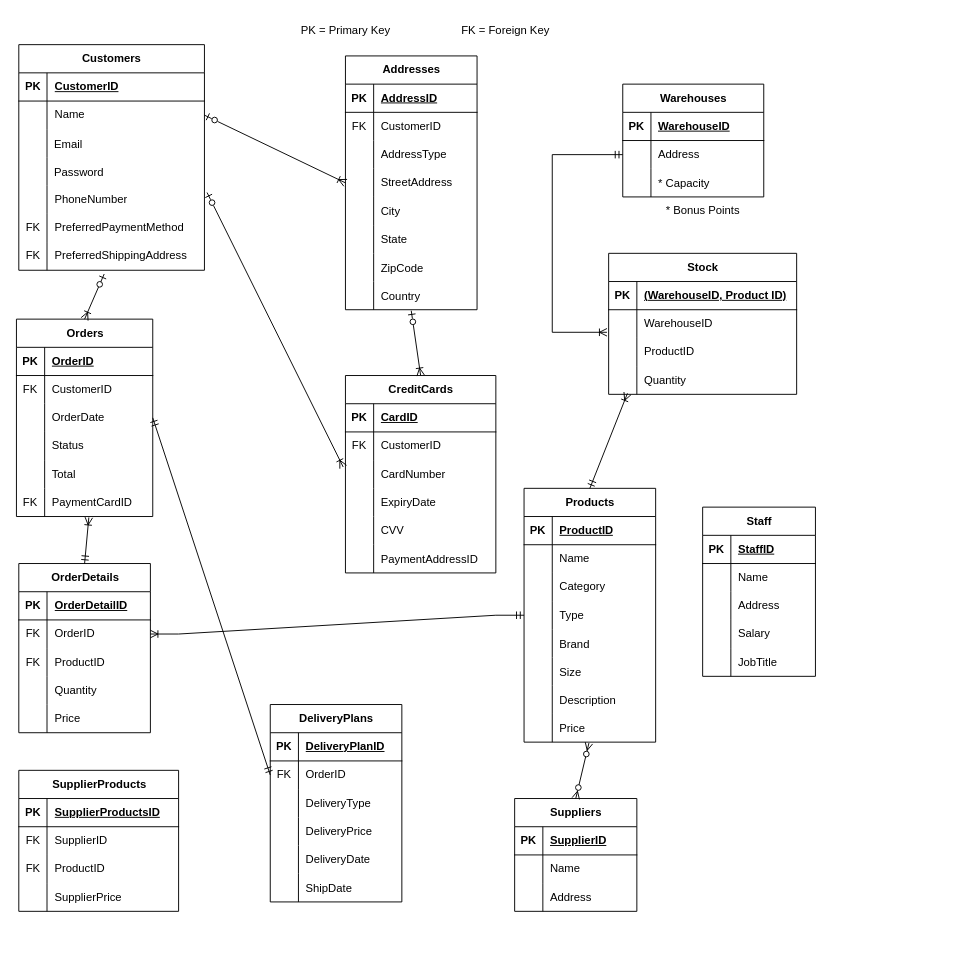
This is ER_Model/ERModel.drawio from Camslaw/CS4092DatabaseAssignment, a draw.io file, before an edit. Source tidied: cells renumbered, new cells numbered last; positions are measured from the earlier drawing's top-left corner, leaving out a move shared by most shapes. Both pictures are drawn from the tidied source at 94%, with x=0, y=0 at pixel (16, 16).
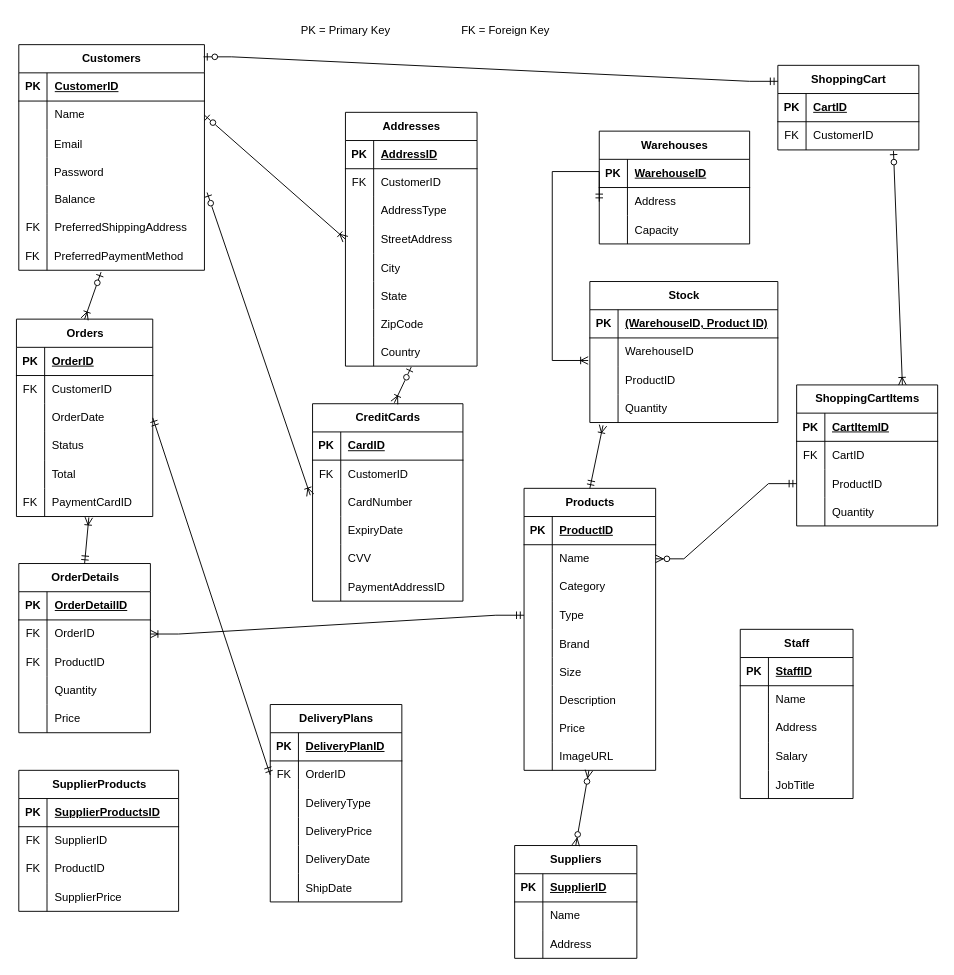
After the change.

The change refers to these unchanged cells:
```xml
<mxCell id="2" value="Customers" style="shape=table;startSize=30;childLayout=tableLayout;rowLines=0;fontStyle=1;align=center;html=1;" parent="1" vertex="1">
  <mxGeometry x="2.5" y="30" width="197.5" height="240" as="geometry" />
</mxCell>
<mxCell id="46" style="shape=tableRow;horizontal=0;startSize=0;swimlaneHead=0;swimlaneBody=0;fillColor=none;points=[[0,0.5],[1,0.5]];portConstraint=eastwest;top=0;left=0;right=0;bottom=0;" parent="24" vertex="1">
  <mxGeometry y="240" width="140" height="30" as="geometry" />
</mxCell>
<mxCell id="56" style="shape=tableRow;horizontal=0;startSize=0;swimlaneHead=0;swimlaneBody=0;fillColor=none;points=[[0,0.5],[1,0.5]];portConstraint=eastwest;top=0;left=0;right=0;bottom=0;" parent="49" vertex="1">
  <mxGeometry y="90" width="160" height="30" as="geometry" />
</mxCell>
<mxCell id="88" style="shape=tableRow;horizontal=0;startSize=0;swimlaneHead=0;swimlaneBody=0;fillColor=none;points=[[0,0.5],[1,0.5]];portConstraint=eastwest;top=0;left=0;right=0;bottom=0;" parent="84" vertex="1">
  <mxGeometry y="60" width="140" height="30" as="geometry" />
</mxCell>
<mxCell id="106" style="shape=tableRow;horizontal=0;startSize=0;swimlaneHead=0;swimlaneBody=0;fillColor=none;points=[[0,0.5],[1,0.5]];portConstraint=eastwest;top=0;left=0;right=0;bottom=0;" parent="84" vertex="1">
  <mxGeometry y="240" width="140" height="30" as="geometry" />
</mxCell>
<mxCell id="119" value="Orders" style="shape=table;startSize=30;childLayout=tableLayout;rowLines=0;fontStyle=1;align=center;html=1;" parent="1" vertex="1">
  <mxGeometry y="322" width="145" height="210" as="geometry" />
</mxCell>
<mxCell id="189" style="shape=tableRow;horizontal=0;startSize=0;swimlaneHead=0;swimlaneBody=0;fillColor=none;points=[[0,0.5],[1,0.5]];portConstraint=eastwest;top=0;left=0;right=0;bottom=0;" parent="185" vertex="1">
  <mxGeometry y="60" width="200" height="30" as="geometry" />
</mxCell>
<mxCell id="195" style="shape=tableRow;horizontal=0;startSize=0;swimlaneHead=0;swimlaneBody=0;fillColor=none;points=[[0,0.5],[1,0.5]];portConstraint=eastwest;top=0;left=0;right=0;bottom=0;" parent="185" vertex="1">
  <mxGeometry y="120" width="200" height="30" as="geometry" />
</mxCell>
```

Change to the diagram source:
```diff
@@
-    <mxCell id="15" style="shape=tableRow;horizontal=0;startSize=0;swimlaneHead=0;swimlaneBody=0;fillColor=none;points=[[0,0.5],[1,0.5]];portConstraint=eastwest;top=0;left=0;right=0;bottom=0;" parent="2" vertex="1">
-      <mxGeometry y="150" width="197.5" height="30" as="geometry" />
-    </mxCell>
-    <mxCell id="16" style="shape=partialRectangle;fillColor=none;top=0;left=0;bottom=0;right=0;overflow=hidden;whiteSpace=wrap;html=1;" parent="15" vertex="1">
-      <mxGeometry width="30" height="30" as="geometry" />
-    </mxCell>
-    <mxCell id="17" value="PhoneNumber" style="shape=partialRectangle;fillColor=none;top=0;left=0;bottom=0;right=0;align=left;spacingLeft=6;overflow=hidden;whiteSpace=wrap;html=1;" parent="15" vertex="1">
-      <mxGeometry x="30" width="167.5" height="30" as="geometry" />
-    </mxCell>
     <mxCell id="18" style="shape=tableRow;horizontal=0;startSize=0;swimlaneHead=0;swimlaneBody=0;fillColor=none;top=0;left=0;right=0;bottom=0;" parent="2" vertex="1">
-      <mxGeometry y="180" width="197.5" height="30" as="geometry" />
+      <mxGeometry y="150" width="197.5" height="30" as="geometry" />
     </mxCell>
-    <mxCell id="19" value="FK" style="shape=partialRectangle;fillColor=none;top=0;left=0;bottom=0;right=0;fontStyle=0;overflow=hidden;whiteSpace=wrap;html=1;" parent="18" vertex="1">
+    <mxCell id="19" value="&lt;div&gt;&lt;br&gt;&lt;/div&gt;&lt;div&gt;&lt;br&gt;&lt;/div&gt;" style="shape=partialRectangle;fillColor=none;top=0;left=0;bottom=0;right=0;fontStyle=0;overflow=hidden;whiteSpace=wrap;html=1;" parent="18" vertex="1">
       <mxGeometry width="30" height="30" as="geometry" />
     </mxCell>
-    <mxCell id="20" value="PreferredPaymentMethod" style="shape=partialRectangle;fillColor=none;top=0;left=0;bottom=0;right=0;align=left;spacingLeft=6;fontStyle=0;overflow=hidden;whiteSpace=wrap;html=1;" parent="18" vertex="1">
+    <mxCell id="20" value="Balance" style="shape=partialRectangle;fillColor=none;top=0;left=0;bottom=0;right=0;align=left;spacingLeft=6;fontStyle=0;overflow=hidden;whiteSpace=wrap;html=1;" parent="18" vertex="1">
       <mxGeometry x="30" width="167.5" height="30" as="geometry" />
     </mxCell>
     <mxCell id="21" style="shape=tableRow;horizontal=0;startSize=0;swimlaneHead=0;swimlaneBody=0;fillColor=none;points=[[0,0.5],[1,0.5]];portConstraint=eastwest;top=0;left=0;right=0;bottom=0;" parent="2" vertex="1">
-      <mxGeometry y="210" width="197.5" height="30" as="geometry" />
+      <mxGeometry y="180" width="197.5" height="30" as="geometry" />
     </mxCell>
@@
+    <mxCell id="222" style="shape=tableRow;horizontal=0;startSize=0;swimlaneHead=0;swimlaneBody=0;fillColor=none;top=0;left=0;right=0;bottom=0;" parent="2" vertex="1">
+      <mxGeometry y="210" width="197.5" height="30" as="geometry" />
+    </mxCell>
+    <mxCell id="223" value="FK" style="shape=partialRectangle;fillColor=none;top=0;left=0;bottom=0;right=0;overflow=hidden;" parent="222" vertex="1">
+      <mxGeometry width="30" height="30" as="geometry" />
+    </mxCell>
+    <mxCell id="224" value="PreferredPaymentMethod" style="shape=partialRectangle;fillColor=none;top=0;left=0;bottom=0;right=0;align=left;spacingLeft=6;overflow=hidden;" parent="222" vertex="1">
+      <mxGeometry x="30" width="167.5" height="30" as="geometry" />
+    </mxCell>
     <mxCell id="24" value="Addresses" style="shape=table;startSize=30;childLayout=tableLayout;rowLines=0;fontStyle=1;align=center;html=1;" parent="1" vertex="1">
-      <mxGeometry x="350" y="42" width="140" height="270" as="geometry" />
+      <mxGeometry x="350" y="102" width="140" height="270" as="geometry" />
     </mxCell>
@@
     <mxCell id="49" value="CreditCards" style="shape=table;startSize=30;childLayout=tableLayout;rowLines=0;fontStyle=1;align=center;html=1;" parent="1" vertex="1">
-      <mxGeometry x="350" y="382" width="160" height="210" as="geometry" />
+      <mxGeometry x="315" y="412" width="160" height="210" as="geometry" />
     </mxCell>
@@
     <mxCell id="68" value="Staff" style="shape=table;startSize=30;childLayout=tableLayout;rowLines=0;fontStyle=1;align=center;html=1;" parent="1" vertex="1">
-      <mxGeometry x="730" y="522" width="120" height="180" as="geometry" />
+      <mxGeometry x="770" y="652" width="120" height="180" as="geometry" />
     </mxCell>
@@
     <mxCell id="84" value="Products" style="shape=table;startSize=30;childLayout=tableLayout;rowLines=0;fontStyle=1;align=center;html=1;" parent="1" vertex="1">
-      <mxGeometry x="540" y="502" width="140" height="270" as="geometry" />
+      <mxGeometry x="540" y="502" width="140" height="300" as="geometry" />
     </mxCell>
@@
+    <mxCell id="225" style="shape=tableRow;horizontal=0;startSize=0;swimlaneHead=0;swimlaneBody=0;fillColor=none;points=[[0,0.5],[1,0.5]];portConstraint=eastwest;top=0;left=0;right=0;bottom=0;" parent="84" vertex="1">
+      <mxGeometry y="270" width="140" height="30" as="geometry" />
+    </mxCell>
+    <mxCell id="226" style="shape=partialRectangle;fillColor=none;top=0;left=0;bottom=0;right=0;overflow=hidden;" parent="225" vertex="1">
+      <mxGeometry width="30" height="30" as="geometry" />
+    </mxCell>
+    <mxCell id="227" value="ImageURL" style="shape=partialRectangle;fillColor=none;top=0;left=0;bottom=0;right=0;align=left;spacingLeft=6;overflow=hidden;" parent="225" vertex="1">
+      <mxGeometry x="30" width="110" height="30" as="geometry" />
+    </mxCell>
     <mxCell id="109" value="Warehouses" style="shape=table;startSize=30;childLayout=tableLayout;rowLines=0;fontStyle=1;align=center;html=1;" parent="1" vertex="1">
-      <mxGeometry x="645" y="72" width="150" height="120" as="geometry" />
+      <mxGeometry x="620" y="122" width="160" height="120" as="geometry" />
     </mxCell>
     <mxCell id="110" style="shape=tableRow;horizontal=0;startSize=0;swimlaneHead=0;swimlaneBody=0;fillColor=none;top=0;left=0;right=0;bottom=1;" parent="109" vertex="1">
-      <mxGeometry y="30" width="150" height="30" as="geometry" />
+      <mxGeometry y="30" width="160" height="30" as="geometry" />
     </mxCell>
@@
     <mxCell id="112" value="WarehouseID&lt;span style=&quot;white-space: pre;&quot;&gt;&#9;&lt;span style=&quot;white-space: pre;&quot;&gt;&#9;&lt;/span&gt;&lt;/span&gt;" style="shape=partialRectangle;fillColor=none;top=0;left=0;bottom=0;right=0;align=left;spacingLeft=6;fontStyle=5;overflow=hidden;whiteSpace=wrap;html=1;" parent="110" vertex="1">
-      <mxGeometry x="30" width="120" height="30" as="geometry" />
+      <mxGeometry x="30" width="130" height="30" as="geometry" />
     </mxCell>
     <mxCell id="113" style="shape=tableRow;horizontal=0;startSize=0;swimlaneHead=0;swimlaneBody=0;fillColor=none;points=[[0,0.5],[1,0.5]];portConstraint=eastwest;top=0;left=0;right=0;bottom=0;" parent="109" vertex="1">
-      <mxGeometry y="60" width="150" height="30" as="geometry" />
+      <mxGeometry y="60" width="160" height="30" as="geometry" />
     </mxCell>
@@
     <mxCell id="115" value="Address&lt;span style=&quot;white-space: pre;&quot;&gt;&#9;&lt;/span&gt;&lt;span style=&quot;white-space: pre;&quot;&gt;&#9;&lt;/span&gt;&lt;span style=&quot;white-space: pre;&quot;&gt;&#9;&lt;/span&gt;" style="shape=partialRectangle;fillColor=none;top=0;left=0;bottom=0;right=0;align=left;spacingLeft=6;overflow=hidden;whiteSpace=wrap;html=1;" parent="113" vertex="1">
-      <mxGeometry x="30" width="120" height="30" as="geometry" />
+      <mxGeometry x="30" width="130" height="30" as="geometry" />
     </mxCell>
     <mxCell id="116" style="shape=tableRow;horizontal=0;startSize=0;swimlaneHead=0;swimlaneBody=0;fillColor=none;top=0;left=0;right=0;bottom=0;" parent="109" vertex="1">
-      <mxGeometry y="90" width="150" height="30" as="geometry" />
+      <mxGeometry y="90" width="160" height="30" as="geometry" />
     </mxCell>
@@
-    <mxCell id="118" value="* Capacity                " style="shape=partialRectangle;fillColor=none;top=0;left=0;bottom=0;right=0;align=left;spacingLeft=6;overflow=hidden;fontStyle=0;" parent="116" vertex="1">
-      <mxGeometry x="30" width="120" height="30" as="geometry" />
+    <mxCell id="118" value="Capacity                " style="shape=partialRectangle;fillColor=none;top=0;left=0;bottom=0;right=0;align=left;spacingLeft=6;overflow=hidden;fontStyle=0;" parent="116" vertex="1">
+      <mxGeometry x="30" width="130" height="30" as="geometry" />
     </mxCell>
@@
     <mxCell id="159" value="Suppliers" style="shape=table;startSize=30;childLayout=tableLayout;rowLines=0;fontStyle=1;align=center;html=1;" parent="1" vertex="1">
-      <mxGeometry x="530" y="832" width="130" height="120" as="geometry" />
+      <mxGeometry x="530" y="882" width="130" height="120" as="geometry" />
     </mxCell>
@@
-    <mxCell id="182" value="* Bonus Points" style="text;html=1;align=center;verticalAlign=middle;strokeColor=none;fillColor=none;" parent="1" vertex="1">
-      <mxGeometry x="680" y="192" width="100" height="30" as="geometry" />
-    </mxCell>
@@
-    <mxCell id="184" style="fontSize=12;html=1;endArrow=ERoneToMany;startArrow=ERzeroToOne;rounded=0;entryX=-0.015;entryY=0.244;entryDx=0;entryDy=0;entryPerimeter=0;exitX=1.014;exitY=0.244;exitDx=0;exitDy=0;exitPerimeter=0;startFill=0;" parent="1" edge="1" source="15" target="56">
-      <mxGeometry relative="1" as="geometry" />
+    <mxCell id="184" style="fontSize=12;html=1;endArrow=ERoneToMany;startArrow=ERzeroToOne;rounded=0;entryX=-0.015;entryY=0.244;entryDx=0;entryDy=0;entryPerimeter=0;exitX=1.014;exitY=0.244;exitDx=0;exitDy=0;exitPerimeter=0;startFill=0;" parent="1" edge="1" target="56">
+      <mxGeometry relative="1" as="geometry">
+        <mxPoint x="202.8" y="187.3" as="sourcePoint" />
+      </mxGeometry>
     </mxCell>
     <mxCell id="185" value="Stock" style="shape=table;startSize=30;childLayout=tableLayout;rowLines=0;fontStyle=1;align=center;html=1;" parent="1" vertex="1">
-      <mxGeometry x="630" y="252" width="200" height="150" as="geometry" />
+      <mxGeometry x="610" y="282" width="200" height="150" as="geometry" />
     </mxCell>
@@
-    <mxCell id="199" style="fontSize=12;html=1;endArrow=ERoneToMany;startArrow=ERzeroToOne;rounded=0;exitX=0.46;exitY=1.133;exitDx=0;exitDy=0;exitPerimeter=0;entryX=0.5;entryY=0;entryDx=0;entryDy=0;" parent="1" edge="1" source="21" target="119">
-      <mxGeometry relative="1" as="geometry" />
+    <mxCell id="199" style="fontSize=12;html=1;endArrow=ERoneToMany;startArrow=ERzeroToOne;rounded=0;entryX=0.5;entryY=0;entryDx=0;entryDy=0;" parent="1" edge="1" target="119">
+      <mxGeometry relative="1" as="geometry">
+        <mxPoint x="90" y="272" as="sourcePoint" />
+      </mxGeometry>
     </mxCell>
     <mxCell id="200" style="edgeStyle=orthogonalEdgeStyle;fontSize=12;html=1;endArrow=ERmandOne;startArrow=ERoneToMany;rounded=0;entryX=0;entryY=0.5;entryDx=0;entryDy=0;exitX=-0.009;exitY=0.8;exitDx=0;exitDy=0;exitPerimeter=0;startFill=0;endFill=0;" parent="1" edge="1" source="189" target="113">
       <mxGeometry relative="1" as="geometry">
         <Array as="points">
-          <mxPoint x="570" y="336" />
-          <mxPoint x="570" y="147" />
+          <mxPoint x="570" y="366" />
+          <mxPoint x="570" y="165" />
+          <mxPoint x="620" y="165" />
         </Array>
       </mxGeometry>
     </mxCell>
-    <mxCell id="201" style="fontSize=12;html=1;endArrow=ERoneToMany;startArrow=ERmandOne;rounded=0;exitX=0.5;exitY=0;exitDx=0;exitDy=0;" parent="1" edge="1" source="84">
-      <mxGeometry relative="1" as="geometry">
-        <mxPoint x="650" y="401" as="targetPoint" />
-      </mxGeometry>
+    <mxCell id="201" style="fontSize=12;html=1;endArrow=ERoneToMany;startArrow=ERmandOne;rounded=0;exitX=0.5;exitY=0;exitDx=0;exitDy=0;entryX=0.07;entryY=1.1;entryDx=0;entryDy=0;entryPerimeter=0;" parent="1" edge="1" source="84" target="195">
+      <mxGeometry relative="1" as="geometry" />
     </mxCell>
@@
-    <mxCell id="220" style="fontSize=12;html=1;endArrow=ERzeroToMany;endFill=1;startArrow=ERzeroToMany;rounded=0;exitX=0.5;exitY=0;exitDx=0;exitDy=0;entryX=0.493;entryY=1.033;entryDx=0;entryDy=0;entryPerimeter=0;" parent="1" edge="1" source="159" target="106">
+    <mxCell id="220" style="fontSize=12;html=1;endArrow=ERzeroToMany;endFill=1;startArrow=ERzeroToMany;rounded=0;exitX=0.5;exitY=0;exitDx=0;exitDy=0;entryX=0.493;entryY=1;entryDx=0;entryDy=0;entryPerimeter=0;" parent="1" edge="1" source="159" target="225">
       <mxGeometry relative="1" as="geometry" />
     </mxCell>
-    <mxCell id="221" style="fontSize=12;html=1;endArrow=ERzeroToOne;startArrow=ERoneToMany;rounded=0;entryX=0.5;entryY=1.033;entryDx=0;entryDy=0;entryPerimeter=0;startFill=0;endFill=0;" parent="1" edge="1" target="46">
-      <mxGeometry relative="1" as="geometry">
-        <mxPoint x="430" y="382" as="sourcePoint" />
-      </mxGeometry>
+    <mxCell id="221" style="fontSize=12;html=1;endArrow=ERzeroToOne;startArrow=ERoneToMany;rounded=0;entryX=0.5;entryY=1.033;entryDx=0;entryDy=0;entryPerimeter=0;startFill=0;endFill=0;exitX=0.544;exitY=-0.005;exitDx=0;exitDy=0;exitPerimeter=0;" parent="1" edge="1" source="49" target="46">
+      <mxGeometry relative="1" as="geometry" />
     </mxCell>
+    <mxCell id="228" value="ShoppingCart" style="shape=table;startSize=30;childLayout=tableLayout;rowLines=0;fontStyle=1;align=center;html=1;" parent="1" vertex="1">
+      <mxGeometry x="810" y="52" width="150" height="90" as="geometry" />
+    </mxCell>
+    <mxCell id="229" style="shape=tableRow;horizontal=0;startSize=0;swimlaneHead=0;swimlaneBody=0;fillColor=none;top=0;left=0;right=0;bottom=1;" parent="228" vertex="1">
+      <mxGeometry y="30" width="150" height="30" as="geometry" />
+    </mxCell>
+    <mxCell id="230" value="PK" style="shape=partialRectangle;fillColor=none;top=0;left=0;bottom=0;right=0;fontStyle=1;overflow=hidden;whiteSpace=wrap;html=1;" parent="229" vertex="1">
+      <mxGeometry width="30" height="30" as="geometry" />
+    </mxCell>
+    <mxCell id="231" value="CartID" style="shape=partialRectangle;fillColor=none;top=0;left=0;bottom=0;right=0;align=left;spacingLeft=6;fontStyle=5;overflow=hidden;whiteSpace=wrap;html=1;" parent="229" vertex="1">
+      <mxGeometry x="30" width="120" height="30" as="geometry" />
+    </mxCell>
+    <mxCell id="232" style="shape=tableRow;horizontal=0;startSize=0;swimlaneHead=0;swimlaneBody=0;fillColor=none;points=[[0,0.5],[1,0.5]];portConstraint=eastwest;top=0;left=0;right=0;bottom=0;" parent="228" vertex="1">
+      <mxGeometry y="60" width="150" height="30" as="geometry" />
+    </mxCell>
+    <mxCell id="233" value="FK" style="shape=partialRectangle;fillColor=none;top=0;left=0;bottom=0;right=0;overflow=hidden;whiteSpace=wrap;html=1;" parent="232" vertex="1">
+      <mxGeometry width="30" height="30" as="geometry" />
+    </mxCell>
+    <mxCell id="234" value="CustomerID" style="shape=partialRectangle;fillColor=none;top=0;left=0;bottom=0;right=0;align=left;spacingLeft=6;overflow=hidden;whiteSpace=wrap;html=1;" parent="232" vertex="1">
+      <mxGeometry x="30" width="120" height="30" as="geometry" />
+    </mxCell>
+    <mxCell id="235" value="ShoppingCartItems" style="shape=table;startSize=30;childLayout=tableLayout;rowLines=0;fontStyle=1;align=center;html=1;" parent="1" vertex="1">
+      <mxGeometry x="830" y="392" width="150" height="150" as="geometry" />
+    </mxCell>
+    <mxCell id="236" style="shape=tableRow;horizontal=0;startSize=0;swimlaneHead=0;swimlaneBody=0;fillColor=none;top=0;left=0;right=0;bottom=1;" parent="235" vertex="1">
+      <mxGeometry y="30" width="150" height="30" as="geometry" />
+    </mxCell>
+    <mxCell id="237" value="PK" style="shape=partialRectangle;fillColor=none;top=0;left=0;bottom=0;right=0;fontStyle=1;overflow=hidden;whiteSpace=wrap;html=1;" parent="236" vertex="1">
+      <mxGeometry width="30" height="30" as="geometry" />
+    </mxCell>
+    <mxCell id="238" value="CartItemID" style="shape=partialRectangle;fillColor=none;top=0;left=0;bottom=0;right=0;align=left;spacingLeft=6;fontStyle=5;overflow=hidden;whiteSpace=wrap;html=1;" parent="236" vertex="1">
+      <mxGeometry x="30" width="120" height="30" as="geometry" />
+    </mxCell>
+    <mxCell id="239" style="shape=tableRow;horizontal=0;startSize=0;swimlaneHead=0;swimlaneBody=0;fillColor=none;top=0;left=0;right=0;bottom=0;" parent="235" vertex="1">
+      <mxGeometry y="60" width="150" height="30" as="geometry" />
+    </mxCell>
+    <mxCell id="240" value="FK" style="shape=partialRectangle;fillColor=none;top=0;left=0;bottom=0;right=0;overflow=hidden;whiteSpace=wrap;html=1;" parent="239" vertex="1">
+      <mxGeometry width="30" height="30" as="geometry" />
+    </mxCell>
+    <mxCell id="241" value="CartID" style="shape=partialRectangle;fillColor=none;top=0;left=0;bottom=0;right=0;align=left;spacingLeft=6;overflow=hidden;whiteSpace=wrap;html=1;" parent="239" vertex="1">
+      <mxGeometry x="30" width="120" height="30" as="geometry" />
+    </mxCell>
+    <mxCell id="242" style="shape=tableRow;horizontal=0;startSize=0;swimlaneHead=0;swimlaneBody=0;fillColor=none;points=[[0,0.5],[1,0.5]];portConstraint=eastwest;top=0;left=0;right=0;bottom=0;" parent="235" vertex="1">
+      <mxGeometry y="90" width="150" height="30" as="geometry" />
+    </mxCell>
+    <mxCell id="243" style="shape=partialRectangle;fillColor=none;top=0;left=0;bottom=0;right=0;overflow=hidden;" parent="242" vertex="1">
+      <mxGeometry width="30" height="30" as="geometry" />
+    </mxCell>
+    <mxCell id="244" value="ProductID" style="shape=partialRectangle;fillColor=none;top=0;left=0;bottom=0;right=0;align=left;spacingLeft=6;overflow=hidden;fontStyle=0;" parent="242" vertex="1">
+      <mxGeometry x="30" width="120" height="30" as="geometry" />
+    </mxCell>
+    <mxCell id="245" style="shape=tableRow;horizontal=0;startSize=0;swimlaneHead=0;swimlaneBody=0;fillColor=none;top=0;left=0;right=0;bottom=0;" parent="235" vertex="1">
+      <mxGeometry y="120" width="150" height="30" as="geometry" />
+    </mxCell>
+    <mxCell id="246" style="shape=partialRectangle;fillColor=none;top=0;left=0;bottom=0;right=0;overflow=hidden;" parent="245" vertex="1">
+      <mxGeometry width="30" height="30" as="geometry" />
+    </mxCell>
+    <mxCell id="247" value="Quantity" style="shape=partialRectangle;fillColor=none;top=0;left=0;bottom=0;right=0;align=left;spacingLeft=6;overflow=hidden;fontStyle=0;" parent="245" vertex="1">
+      <mxGeometry x="30" width="120" height="30" as="geometry" />
+    </mxCell>
+    <mxCell id="248" style="edgeStyle=entityRelationEdgeStyle;fontSize=12;html=1;endArrow=ERzeroToOne;startArrow=ERmandOne;rounded=0;entryX=0.995;entryY=0.054;entryDx=0;entryDy=0;entryPerimeter=0;exitX=0;exitY=0.189;exitDx=0;exitDy=0;exitPerimeter=0;" parent="1" edge="1" source="228" target="2">
+      <mxGeometry relative="1" as="geometry">
+        <Array as="points">
+          <mxPoint x="1010" y="502" />
+          <mxPoint x="1070" y="482" />
+          <mxPoint x="840" y="522" />
+          <mxPoint x="860" y="392" />
+        </Array>
+      </mxGeometry>
+    </mxCell>
+    <mxCell id="249" style="fontSize=12;html=1;endArrow=ERoneToMany;startArrow=ERzeroToOne;rounded=0;exitX=0.82;exitY=1.033;exitDx=0;exitDy=0;entryX=0.75;entryY=0;entryDx=0;entryDy=0;exitPerimeter=0;" parent="1" edge="1" source="232" target="235">
+      <mxGeometry relative="1" as="geometry" />
+    </mxCell>
+    <mxCell id="250" style="edgeStyle=entityRelationEdgeStyle;fontSize=12;html=1;endArrow=ERzeroToMany;startArrow=ERmandOne;rounded=0;entryX=1;entryY=0.5;entryDx=0;entryDy=0;exitX=0;exitY=0.5;exitDx=0;exitDy=0;" parent="1" edge="1" source="242" target="88">
+      <mxGeometry relative="1" as="geometry" />
+    </mxCell>
```
